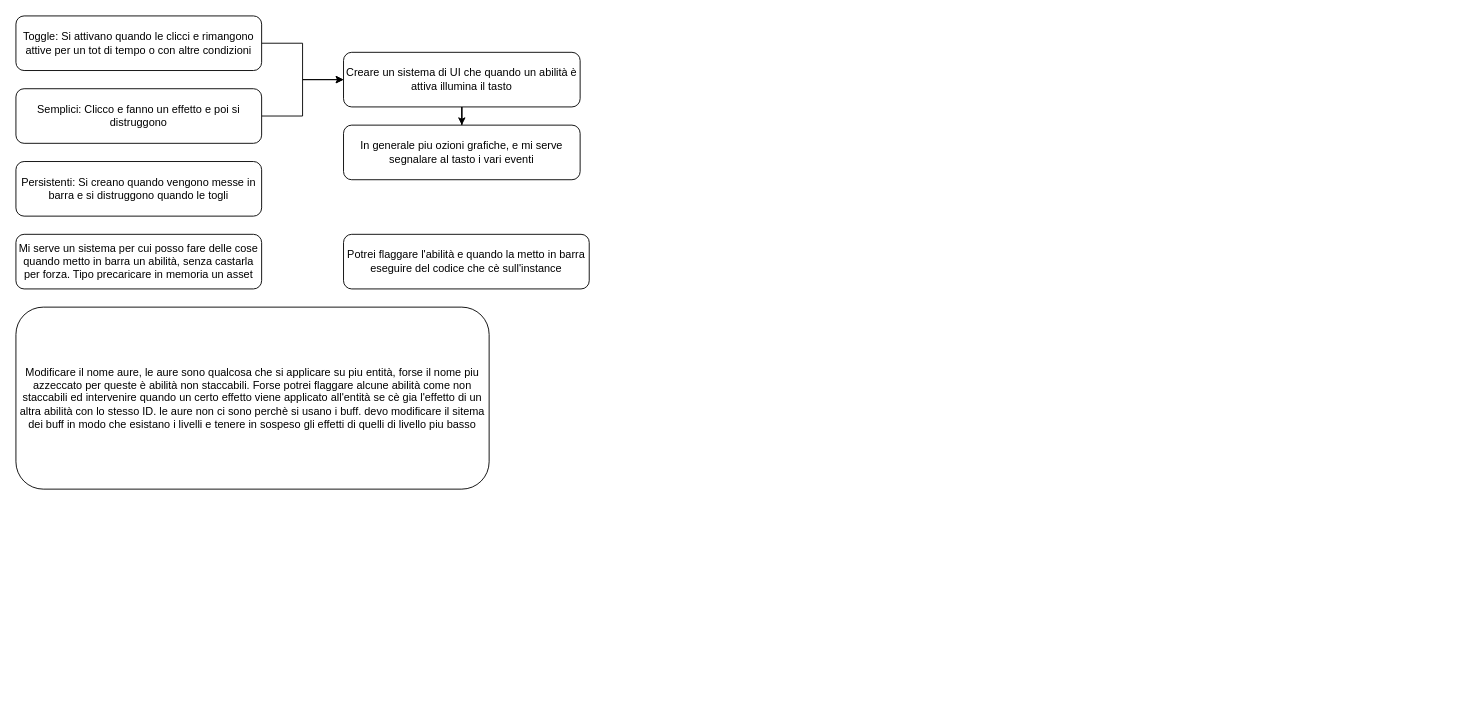
The draw.io diagram Diagrams/Diagramma senza titolo.drawio in andrex903/OdenFlow, before the edit. Source tidied: cells renumbered, new cells numbered last; positions are measured from the earlier drawing's top-left corner, leaving out a move shared by most shapes. Both pictures are drawn from the tidied source at 91%, with x=0, y=0 at pixel (15, 15).
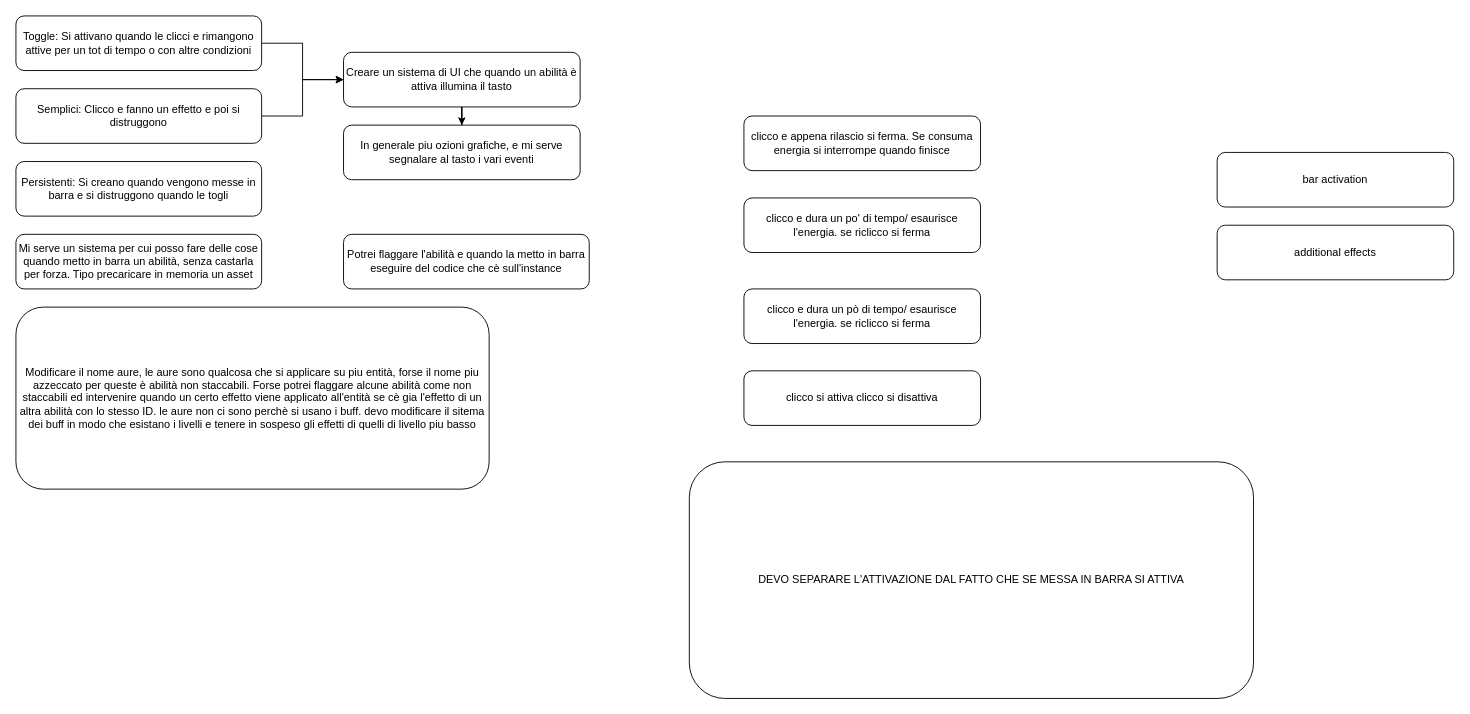
The same diagram, later.

Change to the diagram source:
```diff
@@
 <mxGraphModel>
   <root>
     <mxCell id="0" />
     <mxCell id="1" parent="0" />
     <mxCell id="2" style="edgeStyle=orthogonalEdgeStyle;rounded=0;jettySize=auto;html=1;entryX=0;entryY=0.5;entryDx=0;entryDy=0;" parent="1" edge="1" source="3" target="8">
       <mxGeometry relative="1" as="geometry" />
     </mxCell>
     <mxCell id="3" value="Semplici: Clicco e fanno un effetto e poi si distruggono" style="rounded=1;whiteSpace=wrap;html=1;" parent="1" vertex="1">
       <mxGeometry y="80" width="270" height="60" as="geometry" />
     </mxCell>
     <mxCell id="4" value="Persistenti: Si creano quando vengono messe in barra e si distruggono quando le togli" style="rounded=1;whiteSpace=wrap;html=1;" parent="1" vertex="1">
       <mxGeometry y="160" width="270" height="60" as="geometry" />
     </mxCell>
     <mxCell id="5" style="edgeStyle=orthogonalEdgeStyle;rounded=0;jettySize=auto;html=1;entryX=0;entryY=0.5;entryDx=0;entryDy=0;" parent="1" edge="1" source="6" target="8">
       <mxGeometry relative="1" as="geometry" />
     </mxCell>
     <mxCell id="6" value="Toggle: Si attivano quando le clicci e rimangono attive per un tot di tempo o con altre condizioni" style="rounded=1;whiteSpace=wrap;html=1;" parent="1" vertex="1">
       <mxGeometry width="270" height="60" as="geometry" />
     </mxCell>
     <mxCell id="7" style="edgeStyle=orthogonalEdgeStyle;rounded=0;jettySize=auto;html=1;entryX=0.5;entryY=0;entryDx=0;entryDy=0;" parent="1" edge="1" source="8" target="11">
       <mxGeometry relative="1" as="geometry" />
     </mxCell>
     <mxCell id="8" value="Creare un sistema di UI che quando un abilità è attiva illumina il tasto" style="rounded=1;whiteSpace=wrap;html=1;" parent="1" vertex="1">
       <mxGeometry x="360" y="40" width="260" height="60" as="geometry" />
     </mxCell>
     <mxCell id="9" value="Modificare il nome aure, le aure sono qualcosa che si applicare su piu entità, forse il nome piu azzeccato per queste è abilità non staccabili. Forse potrei flaggare alcune abilità come non staccabili ed intervenire quando un certo effetto viene applicato all'entità se cè gia l'effetto di un altra abilità con lo stesso ID. le aure non ci sono perchè si usano i buff. devo modificare il sitema dei buff in modo che esistano i livelli e tenere in sospeso gli effetti di quelli di livello piu basso" style="rounded=1;whiteSpace=wrap;html=1;" parent="1" vertex="1">
       <mxGeometry y="320" width="520" height="200" as="geometry" />
     </mxCell>
     <mxCell id="10" value="Mi serve un sistema per cui posso fare delle cose quando metto in barra un abilità, senza castarla per forza. Tipo precaricare in memoria un asset" style="rounded=1;whiteSpace=wrap;html=1;" parent="1" vertex="1">
       <mxGeometry y="240" width="270" height="60" as="geometry" />
     </mxCell>
     <mxCell id="11" value="In generale piu ozioni grafiche, e mi serve segnalare al tasto i vari eventi" style="rounded=1;whiteSpace=wrap;html=1;" parent="1" vertex="1">
       <mxGeometry x="360" y="120" width="260" height="60" as="geometry" />
     </mxCell>
     <mxCell id="12" value="Potrei flaggare l'abilità e quando la metto in barra eseguire del codice che cè sull'instance" style="rounded=1;whiteSpace=wrap;html=1;" parent="1" vertex="1">
       <mxGeometry x="360" y="240" width="270" height="60" as="geometry" />
     </mxCell>
+    <mxCell id="13" value="clicco e appena rilascio si ferma. Se consuma energia si interrompe quando finisce" style="rounded=1;whiteSpace=wrap;html=1;" parent="1" vertex="1">
+      <mxGeometry x="800" y="110" width="260" height="60" as="geometry" />
+    </mxCell>
+    <mxCell id="14" value="clicco e dura un po' di tempo/ esaurisce l'energia. se riclicco si ferma" style="rounded=1;whiteSpace=wrap;html=1;" parent="1" vertex="1">
+      <mxGeometry x="800" y="200" width="260" height="60" as="geometry" />
+    </mxCell>
+    <mxCell id="15" value="clicco e dura un pò di tempo/ esaurisce l'energia. se riclicco si ferma" style="rounded=1;whiteSpace=wrap;html=1;" parent="1" vertex="1">
+      <mxGeometry x="800" y="300" width="260" height="60" as="geometry" />
+    </mxCell>
+    <mxCell id="16" value="clicco si attiva clicco si disattiva" style="rounded=1;whiteSpace=wrap;html=1;" parent="1" vertex="1">
+      <mxGeometry x="800" y="390" width="260" height="60" as="geometry" />
+    </mxCell>
+    <mxCell id="17" value="DEVO SEPARARE L'ATTIVAZIONE DAL FATTO CHE SE MESSA IN BARRA SI ATTIVA" style="rounded=1;whiteSpace=wrap;html=1;" parent="1" vertex="1">
+      <mxGeometry x="740" y="490" width="620" height="260" as="geometry" />
+    </mxCell>
+    <mxCell id="18" value="bar activation" style="rounded=1;whiteSpace=wrap;html=1;" parent="1" vertex="1">
+      <mxGeometry x="1320" y="150" width="260" height="60" as="geometry" />
+    </mxCell>
+    <mxCell id="19" value="additional effects" style="rounded=1;whiteSpace=wrap;html=1;" parent="1" vertex="1">
+      <mxGeometry x="1320" y="230" width="260" height="60" as="geometry" />
+    </mxCell>
   </root>
 </mxGraphModel>
```
